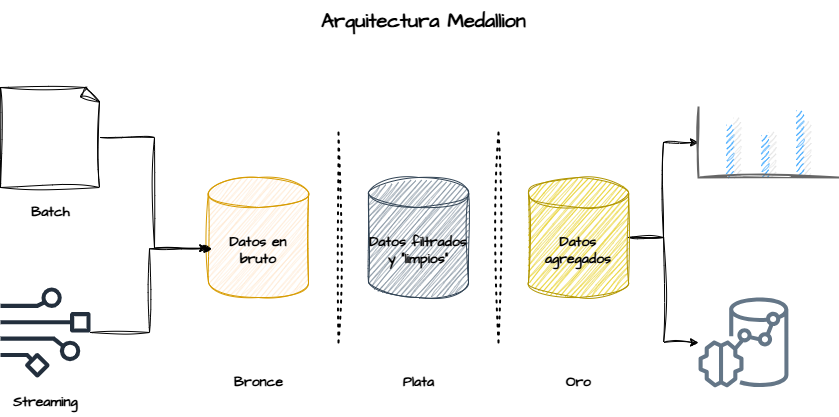
This is images/medallion.png from adbgonzalez/Apuntes-BDA, a draw.io export, as it was before one commit. Source tidied: cells renumbered, new cells last; positions are measured from the earlier drawing's top-left corner, leaving out a move shared by most shapes. The source it was exported from:
```xml
<mxGraphModel>
  <root>
    <mxCell id="0" />
    <mxCell id="1" parent="0" />
    <mxCell id="2" value="&lt;b&gt;&lt;font style=&quot;font-size: 14px;&quot;&gt;Datos en bruto&lt;/font&gt;&lt;/b&gt;" style="shape=cylinder3;whiteSpace=wrap;html=1;boundedLbl=1;backgroundOutline=1;size=15;sketch=1;hachureGap=4;jiggle=2;curveFitting=1;fontFamily=Architects Daughter;fontSource=https%3A%2F%2Ffonts.googleapis.com%2Fcss%3Ffamily%3DArchitects%2BDaughter;fillColor=#ffe6cc;strokeColor=#d79b00;" parent="1" vertex="1">
      <mxGeometry x="208" y="177" width="100" height="120" as="geometry" />
    </mxCell>
    <mxCell id="3" value="&lt;b&gt;&lt;font style=&quot;font-size: 14px; color: rgb(0, 0, 0);&quot;&gt;Datos filtrados y &quot;limpios&quot;&lt;/font&gt;&lt;/b&gt;" style="shape=cylinder3;whiteSpace=wrap;html=1;boundedLbl=1;backgroundOutline=1;size=15;sketch=1;hachureGap=4;jiggle=2;curveFitting=1;fontFamily=Architects Daughter;fontSource=https%3A%2F%2Ffonts.googleapis.com%2Fcss%3Ffamily%3DArchitects%2BDaughter;fillColor=#647687;strokeColor=#314354;fontColor=#ffffff;" parent="1" vertex="1">
      <mxGeometry x="368" y="177" width="100" height="120" as="geometry" />
    </mxCell>
    <mxCell id="4" style="edgeStyle=orthogonalEdgeStyle;rounded=0;sketch=1;hachureGap=4;jiggle=2;curveFitting=1;jettySize=auto;html=1;exitX=1;exitY=0.5;exitDx=0;exitDy=0;exitPerimeter=0;fontFamily=Architects Daughter;fontSource=https%3A%2F%2Ffonts.googleapis.com%2Fcss%3Ffamily%3DArchitects%2BDaughter;" parent="1" edge="1" source="6" target="18">
      <mxGeometry relative="1" as="geometry" />
    </mxCell>
    <mxCell id="5" style="edgeStyle=orthogonalEdgeStyle;rounded=0;sketch=1;hachureGap=4;jiggle=2;curveFitting=1;jettySize=auto;html=1;exitX=1;exitY=0.5;exitDx=0;exitDy=0;exitPerimeter=0;fontFamily=Architects Daughter;fontSource=https%3A%2F%2Ffonts.googleapis.com%2Fcss%3Ffamily%3DArchitects%2BDaughter;" parent="1" edge="1" source="6" target="19">
      <mxGeometry relative="1" as="geometry" />
    </mxCell>
    <mxCell id="6" value="&lt;b&gt;&lt;font style=&quot;font-size: 14px; color: rgb(0, 0, 0);&quot;&gt;Datos agregados&lt;/font&gt;&lt;/b&gt;" style="shape=cylinder3;whiteSpace=wrap;html=1;boundedLbl=1;backgroundOutline=1;size=15;sketch=1;hachureGap=4;jiggle=2;curveFitting=1;fontFamily=Architects Daughter;fontSource=https%3A%2F%2Ffonts.googleapis.com%2Fcss%3Ffamily%3DArchitects%2BDaughter;fillColor=#e3c800;strokeColor=#B09500;fontColor=#000000;" parent="1" vertex="1">
      <mxGeometry x="528" y="177" width="100" height="120" as="geometry" />
    </mxCell>
    <mxCell id="7" style="endArrow=none;dashed=1;html=1;dashPattern=1 3;strokeWidth=2;rounded=0;sketch=1;hachureGap=4;jiggle=2;curveFitting=1;fontFamily=Architects Daughter;fontSource=https%3A%2F%2Ffonts.googleapis.com%2Fcss%3Ffamily%3DArchitects%2BDaughter;" parent="1" edge="1">
      <mxGeometry relative="1" as="geometry">
        <mxPoint x="338" y="342" as="sourcePoint" />
        <mxPoint x="338" y="132" as="targetPoint" />
      </mxGeometry>
    </mxCell>
    <mxCell id="8" style="endArrow=none;dashed=1;html=1;dashPattern=1 3;strokeWidth=2;rounded=0;sketch=1;hachureGap=4;jiggle=2;curveFitting=1;fontFamily=Architects Daughter;fontSource=https%3A%2F%2Ffonts.googleapis.com%2Fcss%3Ffamily%3DArchitects%2BDaughter;" parent="1" edge="1">
      <mxGeometry relative="1" as="geometry">
        <mxPoint x="498" y="342" as="sourcePoint" />
        <mxPoint x="498" y="132" as="targetPoint" />
      </mxGeometry>
    </mxCell>
    <mxCell id="9" style="sketch=0;outlineConnect=0;fontColor=#232F3E;gradientColor=none;fillColor=#232F3D;strokeColor=none;dashed=0;verticalLabelPosition=bottom;verticalAlign=top;align=center;html=1;fontSize=12;fontStyle=0;shape=mxgraph.aws4.data_stream;hachureGap=4;jiggle=2;curveFitting=1;fontFamily=Architects Daughter;fontSource=https%3A%2F%2Ffonts.googleapis.com%2Fcss%3Ffamily%3DArchitects%2BDaughter;" parent="1" vertex="1">
      <mxGeometry y="287" width="90" height="90" as="geometry" />
    </mxCell>
    <mxCell id="10" style="whiteSpace=wrap;html=1;shape=mxgraph.basic.document;sketch=1;hachureGap=4;jiggle=2;curveFitting=1;fontFamily=Architects Daughter;fontSource=https%3A%2F%2Ffonts.googleapis.com%2Fcss%3Ffamily%3DArchitects%2BDaughter;" parent="1" vertex="1">
      <mxGeometry y="87" width="100" height="100" as="geometry" />
    </mxCell>
    <mxCell id="11" style="edgeStyle=orthogonalEdgeStyle;rounded=0;sketch=1;hachureGap=4;jiggle=2;curveFitting=1;jettySize=auto;html=1;exitX=1;exitY=0.5;exitDx=0;exitDy=0;exitPerimeter=0;entryX=-0.007;entryY=0.589;entryDx=0;entryDy=0;entryPerimeter=0;fontFamily=Architects Daughter;fontSource=https%3A%2F%2Ffonts.googleapis.com%2Fcss%3Ffamily%3DArchitects%2BDaughter;" parent="1" edge="1" source="10" target="2">
      <mxGeometry relative="1" as="geometry" />
    </mxCell>
    <mxCell id="12" style="edgeStyle=orthogonalEdgeStyle;rounded=0;sketch=1;hachureGap=4;jiggle=2;curveFitting=1;jettySize=auto;html=1;entryX=0.033;entryY=0.594;entryDx=0;entryDy=0;entryPerimeter=0;fontFamily=Architects Daughter;fontSource=https%3A%2F%2Ffonts.googleapis.com%2Fcss%3Ffamily%3DArchitects%2BDaughter;" parent="1" edge="1" source="9" target="2">
      <mxGeometry relative="1" as="geometry" />
    </mxCell>
    <mxCell id="13" value="&lt;font style=&quot;font-size: 14px;&quot;&gt;&lt;b&gt;Bronce&lt;/b&gt;&lt;/font&gt;" style="text;html=1;align=center;verticalAlign=middle;strokeColor=none;fillColor=none;fontFamily=Architects Daughter;fontSource=https%3A%2F%2Ffonts.googleapis.com%2Fcss%3Ffamily%3DArchitects%2BDaughter;" parent="1" vertex="1">
      <mxGeometry x="223" y="367" width="70" height="30" as="geometry" />
    </mxCell>
    <mxCell id="14" value="&lt;font style=&quot;font-size: 14px;&quot;&gt;&lt;b&gt;Oro&lt;/b&gt;&lt;/font&gt;" style="text;html=1;align=center;verticalAlign=middle;strokeColor=none;fillColor=none;fontFamily=Architects Daughter;fontSource=https%3A%2F%2Ffonts.googleapis.com%2Fcss%3Ffamily%3DArchitects%2BDaughter;" parent="1" vertex="1">
      <mxGeometry x="553" y="367" width="50" height="30" as="geometry" />
    </mxCell>
    <mxCell id="15" value="&lt;font style=&quot;font-size: 14px;&quot;&gt;&lt;b&gt;Plata&lt;/b&gt;&lt;/font&gt;" style="text;html=1;align=center;verticalAlign=middle;strokeColor=none;fillColor=none;fontFamily=Architects Daughter;fontSource=https%3A%2F%2Ffonts.googleapis.com%2Fcss%3Ffamily%3DArchitects%2BDaughter;" parent="1" vertex="1">
      <mxGeometry x="393" y="367" width="50" height="30" as="geometry" />
    </mxCell>
    <mxCell id="16" value="&lt;font style=&quot;font-size: 14px;&quot;&gt;&lt;b&gt;Streaming&lt;/b&gt;&lt;/font&gt;" style="text;html=1;align=center;verticalAlign=middle;strokeColor=none;fillColor=none;fontFamily=Architects Daughter;fontSource=https%3A%2F%2Ffonts.googleapis.com%2Fcss%3Ffamily%3DArchitects%2BDaughter;" parent="1" vertex="1">
      <mxGeometry y="387" width="90" height="30" as="geometry" />
    </mxCell>
    <mxCell id="17" value="&lt;font style=&quot;font-size: 14px;&quot;&gt;&lt;b&gt;Batch&lt;/b&gt;&lt;/font&gt;" style="text;html=1;align=center;verticalAlign=middle;strokeColor=none;fillColor=none;fontFamily=Architects Daughter;fontSource=https%3A%2F%2Ffonts.googleapis.com%2Fcss%3Ffamily%3DArchitects%2BDaughter;" parent="1" vertex="1">
      <mxGeometry x="20" y="197" width="60" height="30" as="geometry" />
    </mxCell>
    <mxCell id="18" style="verticalLabelPosition=bottom;shadow=0;dashed=0;align=center;html=1;verticalAlign=top;strokeWidth=1;shape=mxgraph.mockup.graphics.columnChart;strokeColor=none;strokeColor2=none;strokeColor3=#666666;fillColor2=#008cff;fillColor3=#dddddd;sketch=1;hachureGap=4;jiggle=2;curveFitting=1;fontFamily=Architects Daughter;fontSource=https%3A%2F%2Ffonts.googleapis.com%2Fcss%3Ffamily%3DArchitects%2BDaughter;" parent="1" vertex="1">
      <mxGeometry x="698" y="107" width="140" height="70" as="geometry" />
    </mxCell>
    <mxCell id="19" style="sketch=0;outlineConnect=0;fontColor=#ffffff;fillColor=#647687;strokeColor=#314354;dashed=0;verticalLabelPosition=bottom;verticalAlign=top;align=center;html=1;fontSize=12;fontStyle=0;shape=mxgraph.aws4.redshift_ml;hachureGap=4;jiggle=2;curveFitting=1;fontFamily=Architects Daughter;fontSource=https%3A%2F%2Ffonts.googleapis.com%2Fcss%3Ffamily%3DArchitects%2BDaughter;" parent="1" vertex="1">
      <mxGeometry x="698" y="297" width="90" height="90" as="geometry" />
    </mxCell>
    <mxCell id="20" value="&lt;b&gt;&lt;font style=&quot;font-size: 20px;&quot;&gt;Arquitectura Medallion&lt;/font&gt;&lt;/b&gt;" style="text;html=1;align=center;verticalAlign=middle;strokeColor=none;fillColor=none;fontFamily=Architects Daughter;fontSource=https%3A%2F%2Ffonts.googleapis.com%2Fcss%3Ffamily%3DArchitects%2BDaughter;" parent="1" vertex="1">
      <mxGeometry x="308" width="230" height="40" as="geometry" />
    </mxCell>
  </root>
</mxGraphModel>
```
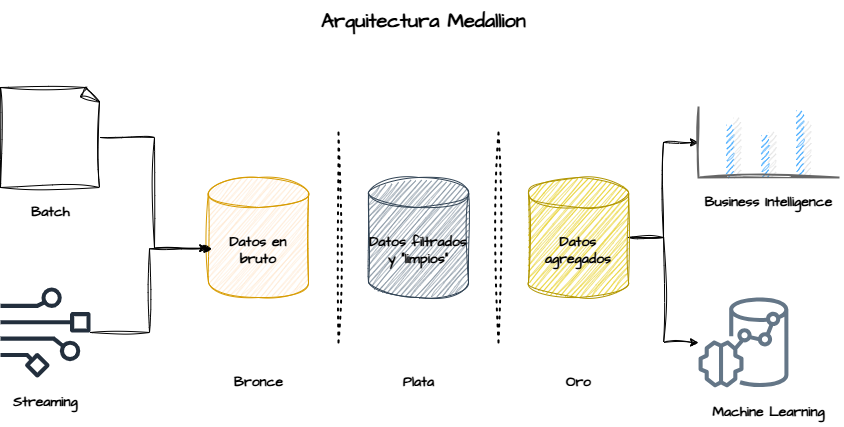
After the commit.

Commit message:
Engadindo imaxes e arquitecturas

The edit, as a diff of the source:
```diff
@@ -65,5 +65,11 @@
     <mxCell id="20" value="&lt;b&gt;&lt;font style=&quot;font-size: 20px;&quot;&gt;Arquitectura Medallion&lt;/font&gt;&lt;/b&gt;" style="text;html=1;align=center;verticalAlign=middle;strokeColor=none;fillColor=none;fontFamily=Architects Daughter;fontSource=https%3A%2F%2Ffonts.googleapis.com%2Fcss%3Ffamily%3DArchitects%2BDaughter;" parent="1" vertex="1">
       <mxGeometry x="308" width="230" height="40" as="geometry" />
     </mxCell>
+    <mxCell id="21" value="&lt;font style=&quot;font-size: 14px;&quot;&gt;&lt;b&gt;Business Intelligence&lt;/b&gt;&lt;/font&gt;" style="text;html=1;align=center;verticalAlign=middle;strokeColor=none;fillColor=none;fontFamily=Architects Daughter;fontSource=https%3A%2F%2Ffonts.googleapis.com%2Fcss%3Ffamily%3DArchitects%2BDaughter;" parent="1" vertex="1">
+      <mxGeometry x="693" y="187" width="150" height="30" as="geometry" />
+    </mxCell>
+    <mxCell id="22" value="&lt;font style=&quot;font-size: 14px;&quot;&gt;&lt;b&gt;Machine Learning&lt;/b&gt;&lt;/font&gt;" style="text;html=1;align=center;verticalAlign=middle;strokeColor=none;fillColor=none;fontFamily=Architects Daughter;fontSource=https%3A%2F%2Ffonts.googleapis.com%2Fcss%3Ffamily%3DArchitects%2BDaughter;" parent="1" vertex="1">
+      <mxGeometry x="698" y="397" width="140" height="30" as="geometry" />
+    </mxCell>
   </root>
 </mxGraphModel>
```
